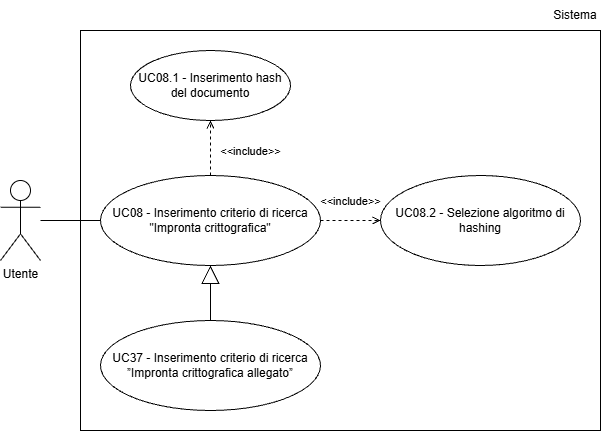
Earlier version of the draw.io export assets/Use_Case_Diagrams/UC08.png (Team-Three-Technologies/Documenti). Source tidied: cells renumbered, new cells last; positions are measured from the earlier drawing's top-left corner, leaving out a move shared by most shapes.
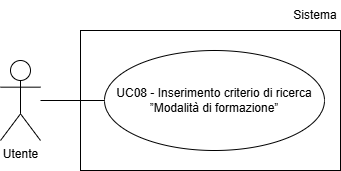
Above is the later version.

Change to the diagram source:
```diff
@@ -3,37 +3,21 @@
     <mxCell id="0" />
     <mxCell id="1" parent="0" />
     <mxCell id="2" value="Utente" style="shape=umlActor;verticalLabelPosition=bottom;verticalAlign=top;html=1;outlineConnect=0;" parent="1" vertex="1">
-      <mxGeometry y="180" width="40" height="80" as="geometry" />
+      <mxGeometry x="120" y="180" width="40" height="80" as="geometry" />
     </mxCell>
-    <mxCell id="3" value="UC08 - Inserimento criterio di ricerca &quot;Impronta crittografica&quot;" style="ellipse;whiteSpace=wrap;html=1;" parent="1" vertex="1">
-      <mxGeometry x="100" y="175" width="220" height="90" as="geometry" />
-    </mxCell>
-    <mxCell id="4" value="UC08.1 - Inserimento hash del documento" style="ellipse;whiteSpace=wrap;html=1;" parent="1" vertex="1">
-      <mxGeometry x="130" y="50" width="160" height="70" as="geometry" />
-    </mxCell>
-    <mxCell id="5" value="UC08.2 - Selezione algoritmo di hashing" style="ellipse;whiteSpace=wrap;html=1;" parent="1" vertex="1">
-      <mxGeometry x="380" y="175" width="200" height="90" as="geometry" />
-    </mxCell>
-    <mxCell id="6" style="endArrow=none;html=1;rounded=0;entryX=0;entryY=0.5;" parent="1" edge="1" source="2" target="3">
-      <mxGeometry relative="1" as="geometry" />
-    </mxCell>
-    <mxCell id="7" value="&amp;lt;&amp;lt;include&amp;gt;&amp;gt;" style="html=1;verticalAlign=bottom;labelBackgroundColor=none;endArrow=open;endFill=0;dashed=1;rounded=0;exitX=0.5;exitY=0;exitDx=0;exitDy=0;entryX=0.5;entryY=1;entryDx=0;entryDy=0;" parent="1" edge="1" source="3" target="4">
-      <mxGeometry x="-0.45" y="-40" relative="1" as="geometry" />
-    </mxCell>
-    <mxCell id="8" value="&amp;lt;&amp;lt;include&amp;gt;&amp;gt;" style="html=1;verticalAlign=bottom;labelBackgroundColor=none;endArrow=open;endFill=0;dashed=1;rounded=0;exitX=1;exitY=0.5;exitDx=0;exitDy=0;entryX=0;entryY=0.5;entryDx=0;entryDy=0;" parent="1" edge="1" source="3" target="5">
-      <mxGeometry y="10" relative="1" as="geometry" />
-    </mxCell>
-    <mxCell id="9" style="endArrow=block;endSize=16;endFill=0;html=1;rounded=0;entryX=0.5;entryY=1;entryDx=0;entryDy=0;exitX=0.5;exitY=0;exitDx=0;exitDy=0;" parent="1" edge="1" source="10" target="3">
-      <mxGeometry relative="1" as="geometry" />
-    </mxCell>
-    <mxCell id="10" value="UC37 - Inserimento criterio di ricerca ”Impronta crittografica allegato”" style="ellipse;whiteSpace=wrap;html=1;" parent="1" vertex="1">
-      <mxGeometry x="100" y="320" width="220" height="90" as="geometry" />
-    </mxCell>
-    <mxCell id="11" style="rounded=0;whiteSpace=wrap;html=1;fillColor=none;" parent="1" vertex="1">
-      <mxGeometry x="80" y="30" width="520" height="400" as="geometry" />
-    </mxCell>
+    <mxCell id="13" value="UC08 - Inserimento criterio di ricerca ”Modalità di formazione”" style="ellipse;whiteSpace=wrap;html=1;align=center;" parent="1" vertex="1">
+      <mxGeometry x="224" y="170" width="220" height="100" as="geometry" />
+    </mxCell>
+    <mxCell id="14" style="endArrow=none;html=1;rounded=0;entryX=0;entryY=0.5;entryDx=0;entryDy=0;" parent="1" edge="1" target="13">
+      <mxGeometry relative="1" as="geometry">
+        <mxPoint x="160" y="220" as="sourcePoint" />
+      </mxGeometry>
+    </mxCell>
+    <mxCell id="15" style="rounded=0;whiteSpace=wrap;html=1;fillColor=none;" parent="1" vertex="1">
+      <mxGeometry x="200" y="150" width="260" height="140" as="geometry" />
+    </mxCell>
     <mxCell id="12" value="Sistema" style="text;html=1;whiteSpace=wrap;strokeColor=none;fillColor=none;align=center;verticalAlign=middle;rounded=0;" parent="1" vertex="1">
-      <mxGeometry x="550" width="50" height="30" as="geometry" />
+      <mxGeometry x="410" y="120" width="50" height="30" as="geometry" />
     </mxCell>
   </root>
 </mxGraphModel>
```
